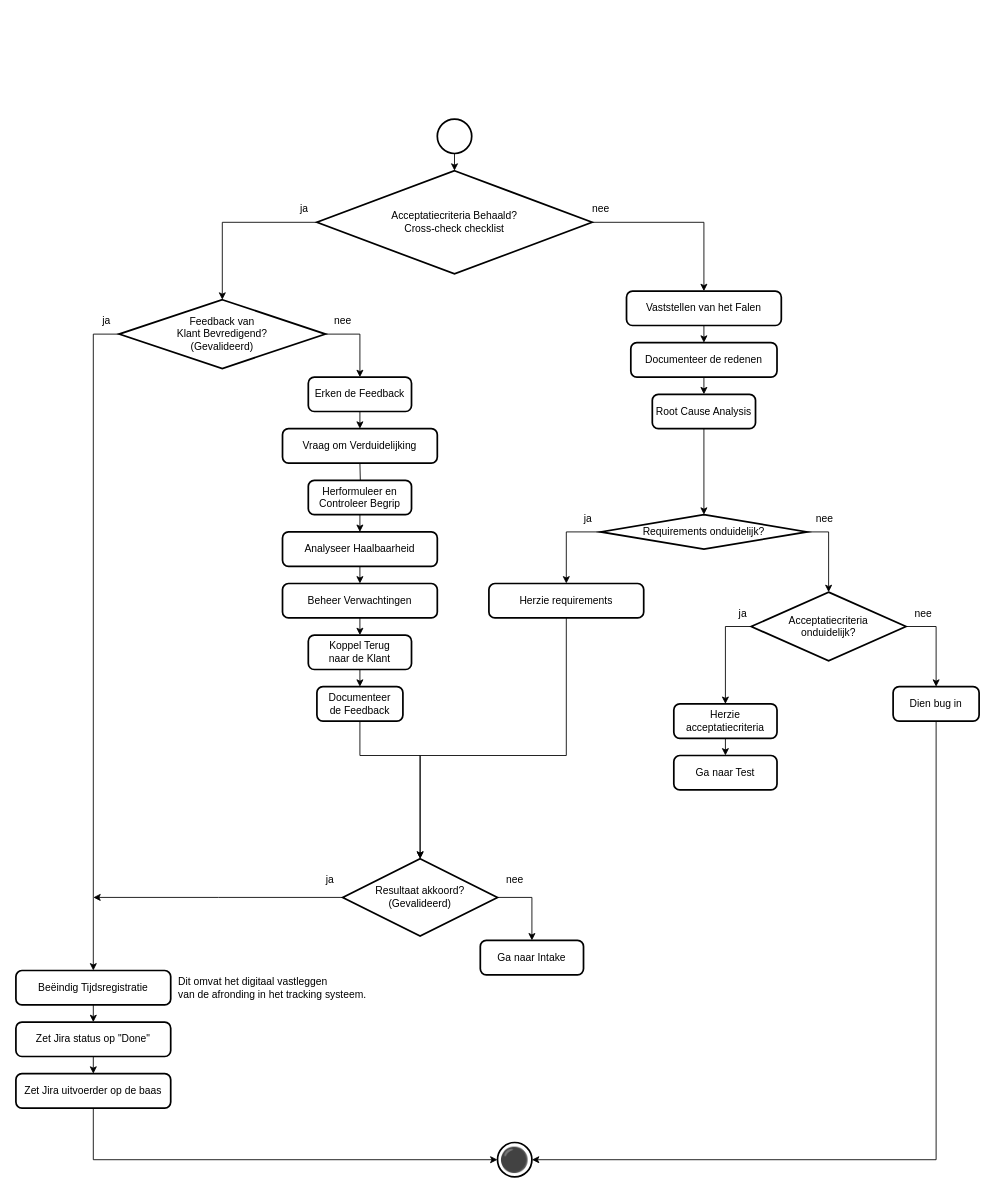
Earlier version of the draw.io diagram 6 Issue Tracker review.drawio (Zaibatsu89/IssueTracker). Source tidied: cells renumbered, new cells numbered last; positions are measured from the earlier drawing's top-left corner, leaving out a move shared by most shapes. Both pictures are drawn from the tidied source at 86%, with x=0, y=0 at pixel (15, 119).
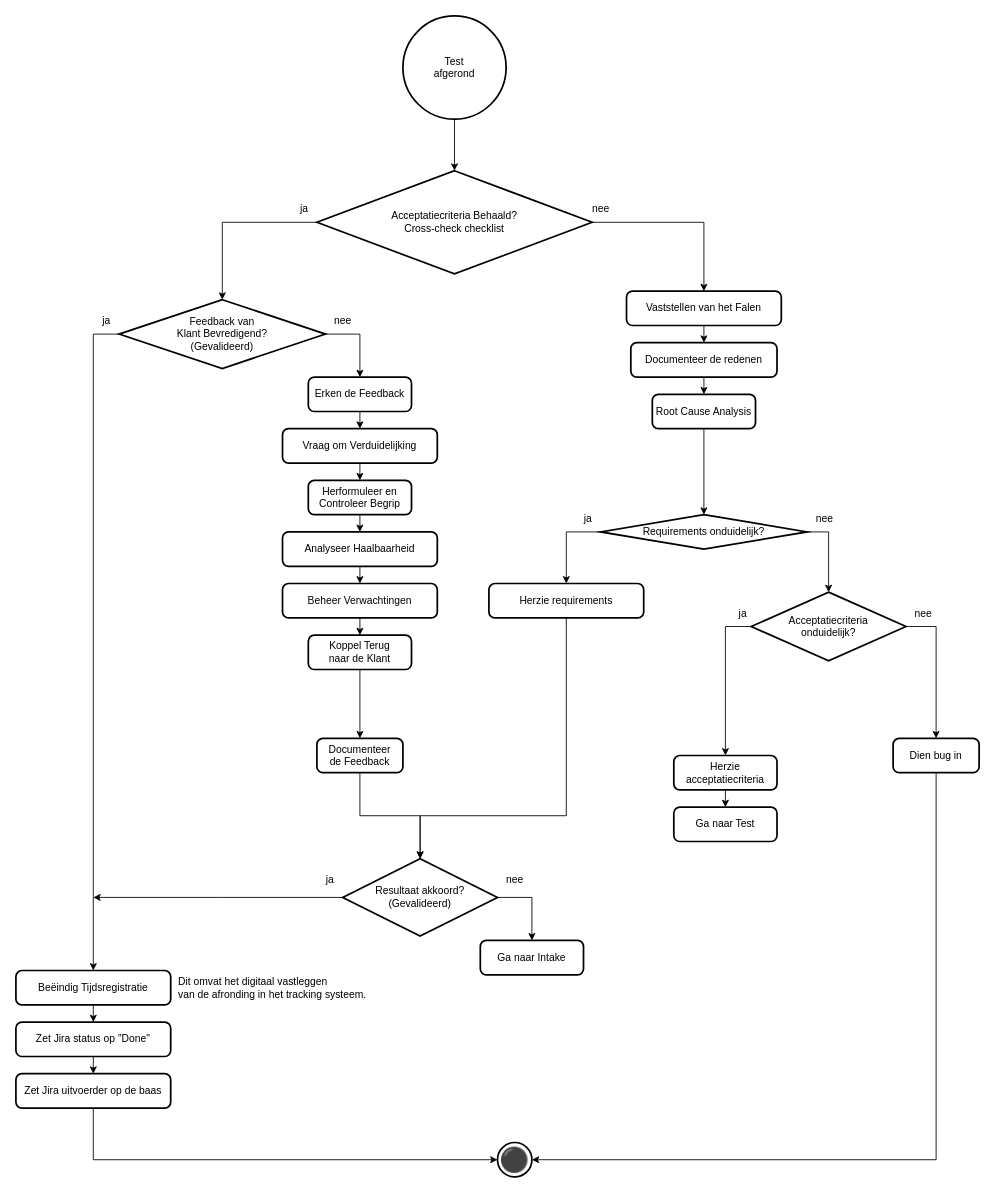
The same page after the edit.

Commit message (it also covers changes not shown here):
Vervang witte bolletje door "{naam van vorige processtap} afgerond" in flowcharts

Unchanged cells that the change refers to:
```xml
<mxCell id="4" value="Acceptatiecriteria Behaald?&lt;br&gt;Cross-check checklist" style="strokeWidth=2;html=1;shape=mxgraph.flowchart.decision;whiteSpace=wrap;" parent="1" vertex="1">
  <mxGeometry x="350" y="60" width="320" height="120" as="geometry" />
</mxCell>
<mxCell id="28" value="Herzie requirements" style="rounded=1;whiteSpace=wrap;html=1;absoluteArcSize=1;arcSize=14;strokeWidth=2;" parent="1" vertex="1">
  <mxGeometry x="550" y="540" width="180" height="40" as="geometry" />
</mxCell>
<mxCell id="41" value="Vraag om Verduidelijking" style="rounded=1;whiteSpace=wrap;html=1;absoluteArcSize=1;arcSize=14;strokeWidth=2;" parent="1" vertex="1">
  <mxGeometry x="310" y="360" width="180" height="40" as="geometry" />
</mxCell>
<mxCell id="43" value="Herformuleer en Controleer Begrip" style="rounded=1;whiteSpace=wrap;html=1;absoluteArcSize=1;arcSize=14;strokeWidth=2;" parent="1" vertex="1">
  <mxGeometry x="340" y="420" width="120" height="40" as="geometry" />
</mxCell>
<mxCell id="53" value="Resultaat akkoord? (Gevalideerd)" style="strokeWidth=2;html=1;shape=mxgraph.flowchart.decision;whiteSpace=wrap;" parent="1" vertex="1">
  <mxGeometry x="380" y="860" width="180" height="90" as="geometry" />
</mxCell>
```

The edit, as a diff of the source:
```diff
@@
+    <mxCell id="65" style="edgeStyle=orthogonalEdgeStyle;rounded=0;jettySize=auto;html=1;" parent="1" edge="1" source="2" target="4">
+      <mxGeometry relative="1" as="geometry" />
+    </mxCell>
-    <mxCell id="2" style="strokeWidth=2;html=1;shape=mxgraph.flowchart.start_2;whiteSpace=wrap;" parent="1" vertex="1">
-      <mxGeometry x="490" width="40" height="40" as="geometry" />
+    <mxCell id="2" value="Test&lt;div&gt;afgerond&lt;/div&gt;" style="strokeWidth=2;html=1;shape=mxgraph.flowchart.start_2;whiteSpace=wrap;" parent="1" vertex="1">
+      <mxGeometry x="450" y="-120" width="120" height="120" as="geometry" />
     </mxCell>
@@
-    <mxCell id="5" style="edgeStyle=orthogonalEdgeStyle;rounded=0;jettySize=auto;html=1;exitX=0.5;exitY=1;exitDx=0;exitDy=0;exitPerimeter=0;entryX=0.5;entryY=0;entryDx=0;entryDy=0;entryPerimeter=0;" parent="1" edge="1" source="2">
-      <mxGeometry relative="1" as="geometry">
-        <mxPoint x="510" y="60" as="targetPoint" />
-      </mxGeometry>
-    </mxCell>
@@
     <mxCell id="35" value="Herzie&lt;br&gt;acceptatiecriteria" style="rounded=1;whiteSpace=wrap;html=1;absoluteArcSize=1;arcSize=14;strokeWidth=2;" parent="1" vertex="1">
-      <mxGeometry x="765" y="680" width="120" height="40" as="geometry" />
+      <mxGeometry x="765" y="740" width="120" height="40" as="geometry" />
     </mxCell>
     <mxCell id="36" value="Dien bug in" style="rounded=1;whiteSpace=wrap;html=1;absoluteArcSize=1;arcSize=14;strokeWidth=2;" parent="1" vertex="1">
-      <mxGeometry x="1020" y="660" width="100" height="40" as="geometry" />
+      <mxGeometry x="1020" y="720" width="100" height="40" as="geometry" />
     </mxCell>
     <mxCell id="37" value="Ga naar Test" style="rounded=1;whiteSpace=wrap;html=1;absoluteArcSize=1;arcSize=14;strokeWidth=2;" parent="1" vertex="1">
-      <mxGeometry x="765" y="740" width="120" height="40" as="geometry" />
+      <mxGeometry x="765" y="800" width="120" height="40" as="geometry" />
     </mxCell>
@@
-    <mxCell id="40" style="edgeStyle=orthogonalEdgeStyle;rounded=0;jettySize=auto;html=1;exitX=0.5;exitY=1;exitDx=0;exitDy=0;" parent="1" edge="1" target="43">
-      <mxGeometry relative="1" as="geometry">
-        <mxPoint x="400" y="400" as="sourcePoint" />
-      </mxGeometry>
-    </mxCell>
+    <mxCell id="66" style="edgeStyle=orthogonalEdgeStyle;rounded=0;jettySize=auto;html=1;exitX=0.5;exitY=1;exitDx=0;exitDy=0;entryX=0.5;entryY=0;entryDx=0;entryDy=0;" parent="1" edge="1" source="41" target="43">
+      <mxGeometry relative="1" as="geometry" />
+    </mxCell>
@@
     <mxCell id="50" value="Documenteer&lt;br&gt;de Feedback" style="rounded=1;whiteSpace=wrap;html=1;absoluteArcSize=1;arcSize=14;strokeWidth=2;" parent="1" vertex="1">
-      <mxGeometry x="350" y="660" width="100" height="40" as="geometry" />
+      <mxGeometry x="350" y="720" width="100" height="40" as="geometry" />
     </mxCell>
@@
     <mxCell id="57" style="edgeStyle=orthogonalEdgeStyle;rounded=0;jettySize=auto;html=1;exitX=0.5;exitY=1;exitDx=0;exitDy=0;entryX=0.5;entryY=0;entryDx=0;entryDy=0;entryPerimeter=0;" parent="1" edge="1" source="28" target="53">
       <mxGeometry relative="1" as="geometry">
         <Array as="points">
-          <mxPoint x="640" y="740" />
-          <mxPoint x="470" y="740" />
+          <mxPoint x="640" y="810" />
+          <mxPoint x="470" y="810" />
         </Array>
       </mxGeometry>
     </mxCell>
@@
     <mxCell id="63" style="edgeStyle=orthogonalEdgeStyle;rounded=0;jettySize=auto;html=1;exitX=0.5;exitY=1;exitDx=0;exitDy=0;entryX=0.5;entryY=0;entryDx=0;entryDy=0;entryPerimeter=0;" parent="1" edge="1" source="50" target="53">
       <mxGeometry relative="1" as="geometry">
         <Array as="points">
-          <mxPoint x="400" y="740" />
-          <mxPoint x="470" y="740" />
+          <mxPoint x="400" y="810" />
+          <mxPoint x="470" y="810" />
         </Array>
       </mxGeometry>
     </mxCell>
```
